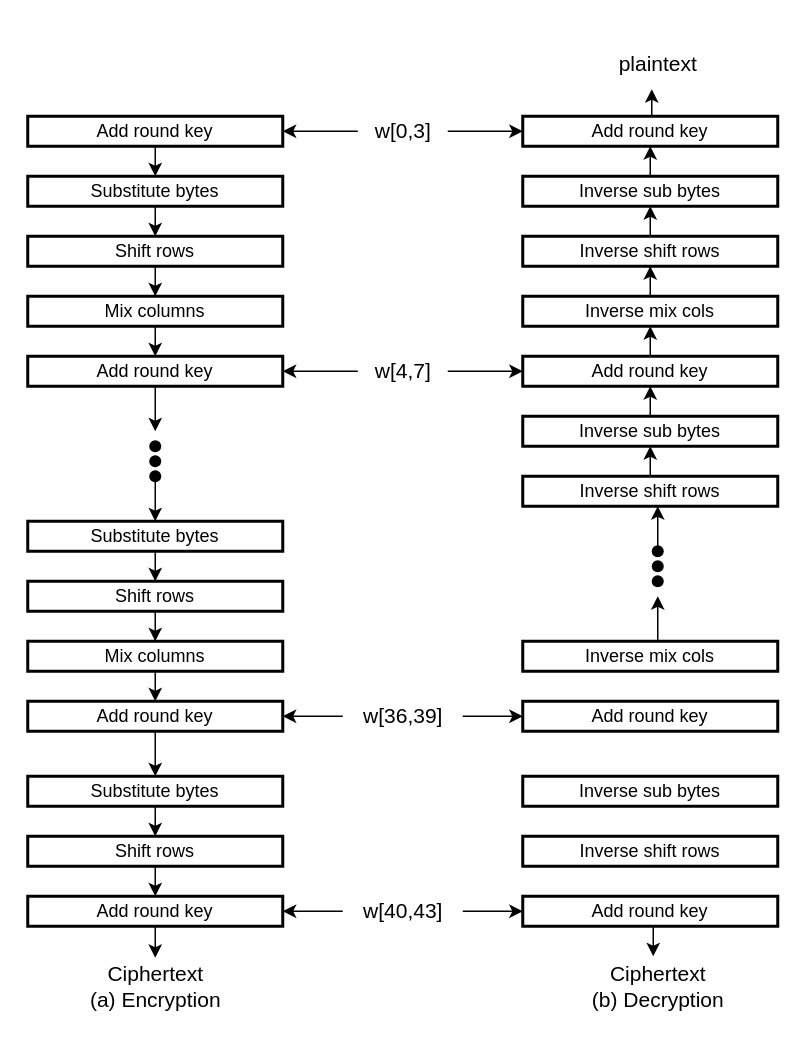
Before: AES cypher.drawio in pustvts/pustvts-info, a draw.io diagram. Source tidied: cells renumbered, new cells numbered last; positions are measured from the earlier drawing's top-left corner, leaving out a move shared by most shapes. Both pictures are drawn from the tidied source at 150%, with x=0, y=0 at pixel (27, 26).
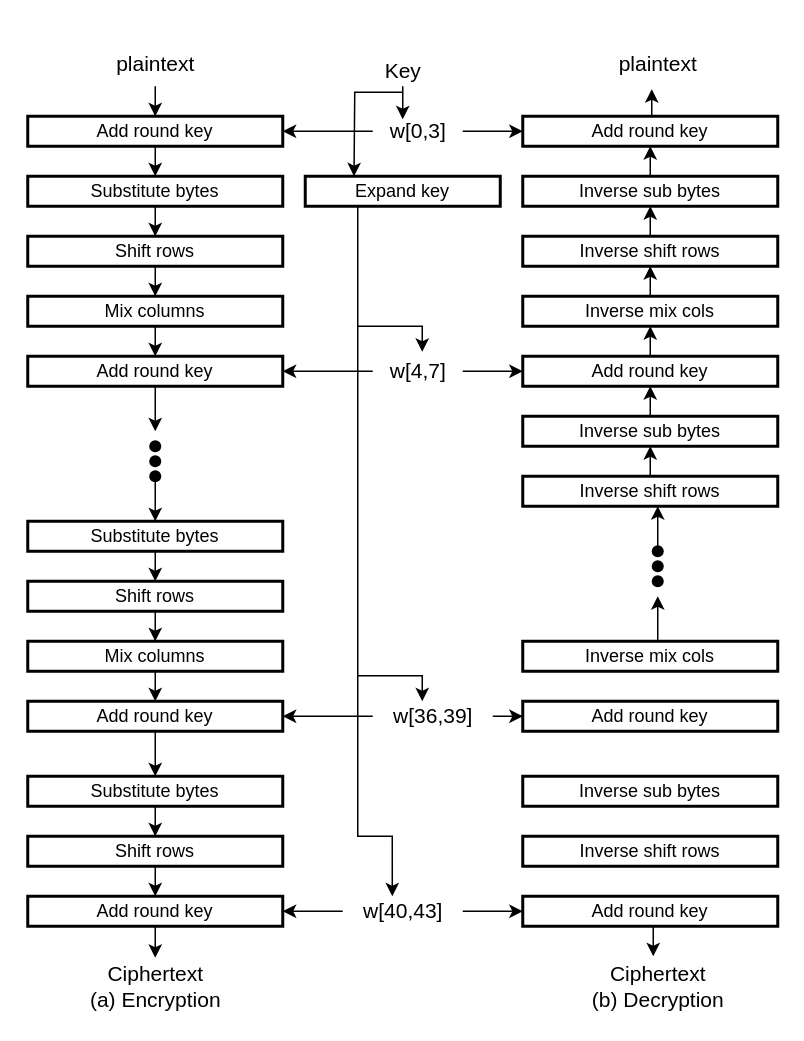
After the change.

The change refers to these unchanged cells:
```xml
<mxCell id="3" value="Add round key" style="rounded=0;whiteSpace=wrap;html=1;strokeWidth=2;" parent="1" vertex="1">
  <mxGeometry y="60" width="170" height="20" as="geometry" />
</mxCell>
<mxCell id="65" value="w[40,43]" style="text;html=1;align=center;verticalAlign=middle;points=[];strokeColor=none;fillColor=none;fontSize=14;" parent="1" vertex="1">
  <mxGeometry x="210" y="580" width="80" height="20" as="geometry" />
</mxCell>
```

What changed in the source:
```diff
@@
     <mxCell id="62" value="w[36,39]" style="text;html=1;align=center;verticalAlign=middle;points=[];strokeColor=none;fillColor=none;fontSize=14;" parent="1" vertex="1">
-      <mxGeometry x="210" y="450" width="80" height="20" as="geometry" />
+      <mxGeometry x="230" y="450" width="80" height="20" as="geometry" />
     </mxCell>
@@
     <mxCell id="68" value="w[4,7]" style="text;html=1;align=center;verticalAlign=middle;points=[];strokeColor=none;fillColor=none;fontSize=14;" parent="1" vertex="1">
-      <mxGeometry x="220" y="220" width="60" height="20" as="geometry" />
+      <mxGeometry x="230" y="220" width="60" height="20" as="geometry" />
     </mxCell>
@@
     <mxCell id="71" value="w[0,3]" style="text;html=1;align=center;verticalAlign=middle;points=[];strokeColor=none;fillColor=none;fontSize=14;" parent="1" vertex="1">
-      <mxGeometry x="220" y="60" width="60" height="20" as="geometry" />
+      <mxGeometry x="230" y="60" width="60" height="20" as="geometry" />
     </mxCell>
+    <mxCell id="72" style="edgeStyle=orthogonalEdgeStyle;rounded=0;jettySize=auto;html=1;fontSize=14;" parent="1" edge="1" source="73" target="3">
+      <mxGeometry relative="1" as="geometry" />
+    </mxCell>
+    <mxCell id="73" value="&lt;font style=&quot;font-size: 14px&quot;&gt;plaintext&lt;br&gt;&lt;/font&gt;" style="text;html=1;align=center;verticalAlign=middle;points=[];strokeColor=none;fillColor=none;fontSize=25;" parent="1" vertex="1">
+      <mxGeometry x="45" width="80" height="40" as="geometry" />
+    </mxCell>
+    <mxCell id="74" style="edgeStyle=orthogonalEdgeStyle;rounded=0;jettySize=auto;html=1;entryX=0.333;entryY=0.1;entryDx=0;entryDy=0;entryPerimeter=0;fontSize=14;" parent="1" edge="1" source="75" target="71">
+      <mxGeometry relative="1" as="geometry" />
+    </mxCell>
+    <mxCell id="75" value="Key" style="text;html=1;align=center;verticalAlign=middle;points=[];strokeColor=none;fillColor=none;fontSize=14;" parent="1" vertex="1">
+      <mxGeometry x="230" y="20" width="40" height="20" as="geometry" />
+    </mxCell>
+    <mxCell id="76" style="endArrow=classic;html=1;rounded=0;fontSize=14;entryX=0.25;entryY=0;entryDx=0;entryDy=0;" parent="1" edge="1" target="78">
+      <mxGeometry relative="1" as="geometry">
+        <mxPoint x="250" y="44" as="sourcePoint" />
+        <Array as="points">
+          <mxPoint x="218" y="44" />
+        </Array>
+      </mxGeometry>
+    </mxCell>
+    <mxCell id="77" style="edgeStyle=orthogonalEdgeStyle;rounded=0;jettySize=auto;html=1;exitX=0.25;exitY=1;exitDx=0;exitDy=0;fontSize=14;entryX=0.413;entryY=0;entryDx=0;entryDy=0;entryPerimeter=0;" parent="1" edge="1" source="78" target="65">
+      <mxGeometry relative="1" as="geometry">
+        <Array as="points">
+          <mxPoint x="220" y="120" />
+          <mxPoint x="220" y="540" />
+          <mxPoint x="243" y="540" />
+        </Array>
+      </mxGeometry>
+    </mxCell>
+    <mxCell id="78" value="Expand key" style="rounded=0;whiteSpace=wrap;html=1;strokeWidth=2;" parent="1" vertex="1">
+      <mxGeometry x="185" y="100" width="130" height="20" as="geometry" />
+    </mxCell>
+    <mxCell id="79" style="endArrow=classic;html=1;rounded=0;fontSize=14;entryX=0.55;entryY=-0.15;entryDx=0;entryDy=0;entryPerimeter=0;" parent="1" edge="1" target="68">
+      <mxGeometry relative="1" as="geometry">
+        <mxPoint x="220" y="200" as="sourcePoint" />
+        <Array as="points">
+          <mxPoint x="263" y="200" />
+        </Array>
+      </mxGeometry>
+    </mxCell>
+    <mxCell id="80" style="endArrow=classic;html=1;rounded=0;fontSize=14;entryX=0.55;entryY=-0.15;entryDx=0;entryDy=0;entryPerimeter=0;" parent="1" edge="1">
+      <mxGeometry relative="1" as="geometry">
+        <mxPoint x="220" y="433" as="sourcePoint" />
+        <mxPoint x="263" y="450" as="targetPoint" />
+        <Array as="points">
+          <mxPoint x="263" y="433" />
+        </Array>
+      </mxGeometry>
+    </mxCell>
```
